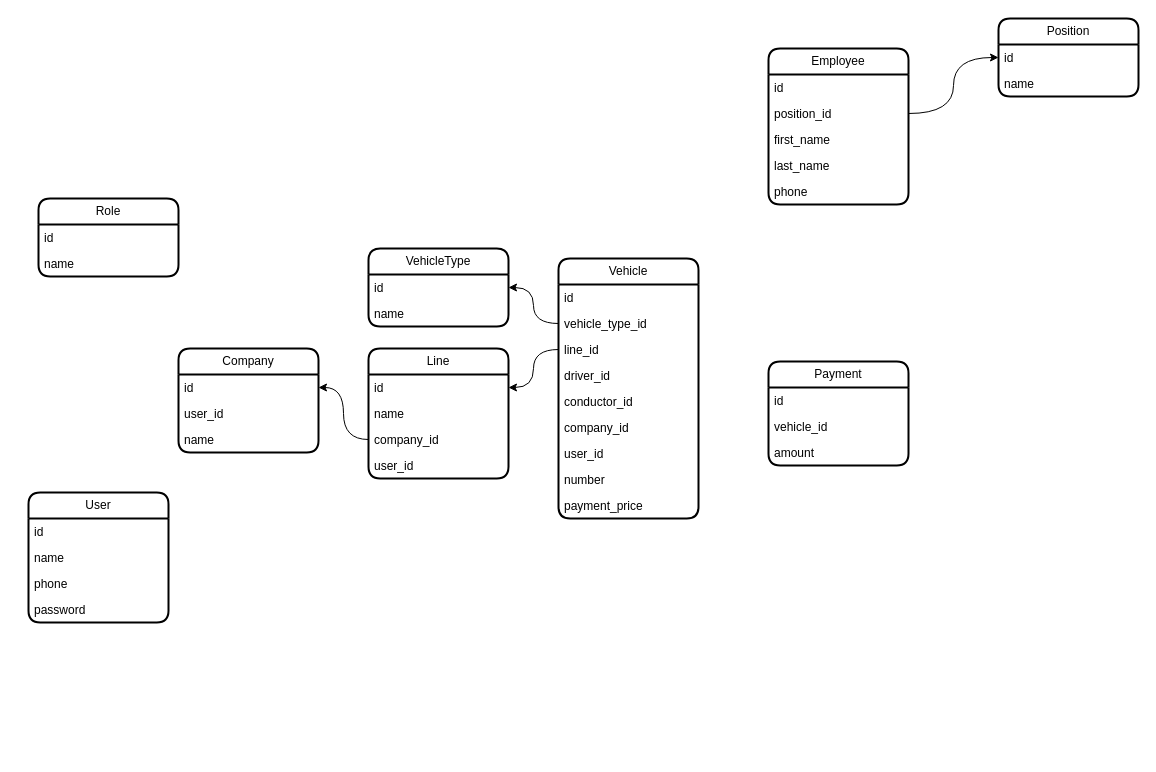
Above: karsoft-transport.drawio in iztileuoff/databases (draw.io), before the change. Source tidied: cells renumbered, new cells numbered last; positions are measured from the earlier drawing's top-left corner, leaving out a move shared by most shapes. Both pictures are drawn from the tidied source at 100%, with x=0, y=0 at pixel (28, 18).
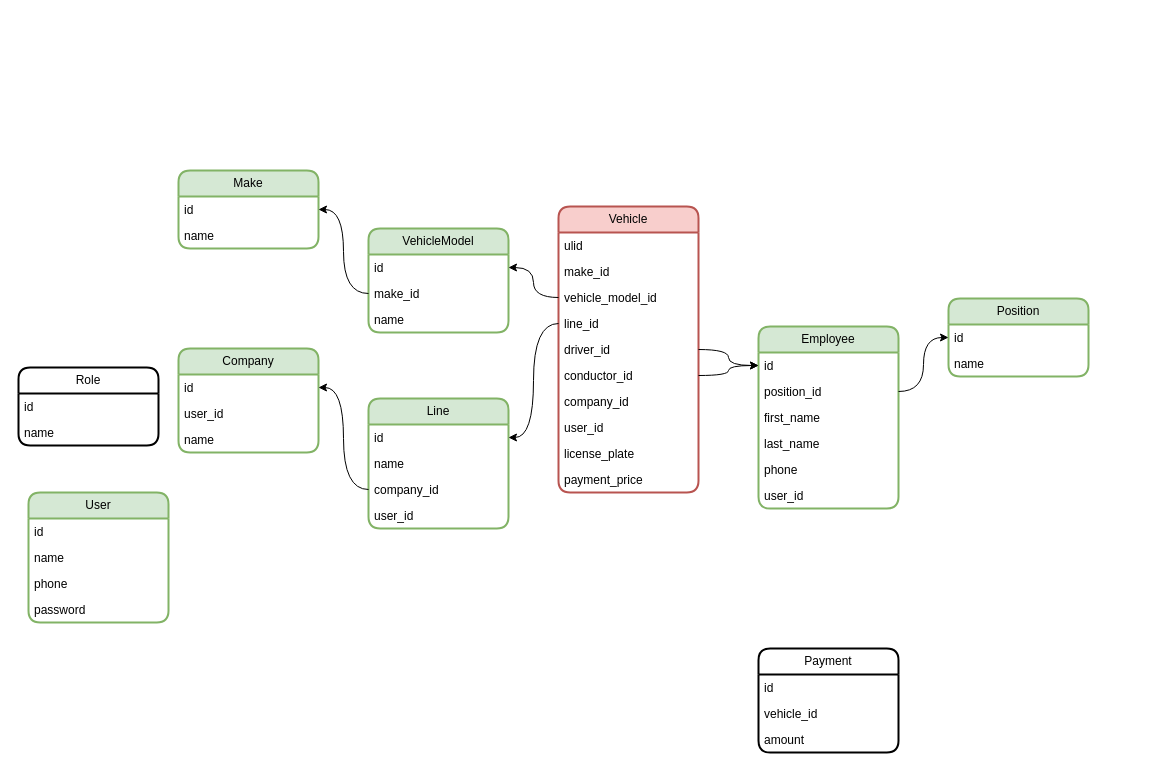
The same diagram, later.

Unchanged cells that the change refers to:
```xml
<mxCell id="36" value="id" style="text;strokeColor=none;fillColor=none;align=left;verticalAlign=top;spacingLeft=4;spacingRight=4;overflow=hidden;points=[[0,0.5],[1,0.5]];portConstraint=eastwest;whiteSpace=wrap;html=1;" parent="35" vertex="1">
  <mxGeometry y="26" width="140" height="26" as="geometry" />
</mxCell>
```

What changed in the source:
```diff
@@
-    <mxCell id="2" value="User" style="swimlane;fontStyle=0;horizontal=1;startSize=26;fillColor=none;whiteSpace=wrap;html=1;rounded=1;shadow=0;glass=0;strokeWidth=2;" parent="1" vertex="1">
+    <mxCell id="2" value="User" style="swimlane;fontStyle=0;horizontal=1;startSize=26;fillColor=#d5e8d4;whiteSpace=wrap;html=1;rounded=1;shadow=0;glass=0;strokeWidth=2;strokeColor=#82b366;" parent="1" vertex="1">
       <mxGeometry y="474" width="140" height="130" as="geometry" />
     </mxCell>
@@
     <mxCell id="7" value="Role" style="swimlane;fontStyle=0;horizontal=1;startSize=26;fillColor=none;whiteSpace=wrap;html=1;rounded=1;shadow=0;glass=0;strokeWidth=2;" parent="1" vertex="1">
-      <mxGeometry x="10" y="180" width="140" height="78" as="geometry" />
+      <mxGeometry x="-10" y="349" width="140" height="78" as="geometry" />
     </mxCell>
@@
-    <mxCell id="10" value="Vehicle" style="swimlane;fontStyle=0;horizontal=1;startSize=26;fillColor=none;whiteSpace=wrap;html=1;rounded=1;shadow=0;glass=0;strokeWidth=2;" parent="1" vertex="1">
-      <mxGeometry x="530" y="240" width="140" height="260" as="geometry" />
+    <mxCell id="10" value="Vehicle" style="swimlane;fontStyle=0;horizontal=1;startSize=26;fillColor=#f8cecc;whiteSpace=wrap;html=1;rounded=1;shadow=0;glass=0;strokeWidth=2;strokeColor=#b85450;" parent="1" vertex="1">
+      <mxGeometry x="530" y="188" width="140" height="286" as="geometry" />
     </mxCell>
-    <mxCell id="11" value="id" style="text;strokeColor=none;fillColor=none;align=left;verticalAlign=top;spacingLeft=4;spacingRight=4;overflow=hidden;whiteSpace=wrap;html=1;" parent="10" vertex="1">
+    <mxCell id="11" value="ulid" style="text;strokeColor=none;fillColor=none;align=left;verticalAlign=top;spacingLeft=4;spacingRight=4;overflow=hidden;whiteSpace=wrap;html=1;" parent="10" vertex="1">
       <mxGeometry y="26" width="140" height="26" as="geometry" />
     </mxCell>
+    <mxCell id="49" value="make_id" style="text;strokeColor=none;fillColor=none;align=left;verticalAlign=top;spacingLeft=4;spacingRight=4;overflow=hidden;whiteSpace=wrap;html=1;" parent="10" vertex="1">
+      <mxGeometry y="52" width="140" height="26" as="geometry" />
+    </mxCell>
-    <mxCell id="12" value="vehicle_type_id" style="text;strokeColor=none;fillColor=none;align=left;verticalAlign=top;spacingLeft=4;spacingRight=4;overflow=hidden;points=[[0,0.5],[1,0.5]];portConstraint=eastwest;whiteSpace=wrap;html=1;" parent="10" vertex="1">
-      <mxGeometry y="52" width="140" height="26" as="geometry" />
+    <mxCell id="12" value="vehicle_model_id" style="text;strokeColor=none;fillColor=none;align=left;verticalAlign=top;spacingLeft=4;spacingRight=4;overflow=hidden;points=[[0,0.5],[1,0.5]];portConstraint=eastwest;whiteSpace=wrap;html=1;" parent="10" vertex="1">
+      <mxGeometry y="78" width="140" height="26" as="geometry" />
     </mxCell>
     <mxCell id="13" value="line_id" style="text;strokeColor=none;fillColor=none;align=left;verticalAlign=top;spacingLeft=4;spacingRight=4;overflow=hidden;points=[[0,0.5],[1,0.5]];portConstraint=eastwest;whiteSpace=wrap;html=1;" parent="10" vertex="1">
-      <mxGeometry y="78" width="140" height="26" as="geometry" />
+      <mxGeometry y="104" width="140" height="26" as="geometry" />
     </mxCell>
     <mxCell id="14" value="driver_id" style="text;strokeColor=none;fillColor=none;align=left;verticalAlign=top;spacingLeft=4;spacingRight=4;overflow=hidden;points=[[0,0.5],[1,0.5]];portConstraint=eastwest;whiteSpace=wrap;html=1;" parent="10" vertex="1">
-      <mxGeometry y="104" width="140" height="26" as="geometry" />
+      <mxGeometry y="130" width="140" height="26" as="geometry" />
     </mxCell>
     <mxCell id="15" value="conductor_id" style="text;strokeColor=none;fillColor=none;align=left;verticalAlign=top;spacingLeft=4;spacingRight=4;overflow=hidden;points=[[0,0.5],[1,0.5]];portConstraint=eastwest;whiteSpace=wrap;html=1;" parent="10" vertex="1">
-      <mxGeometry y="130" width="140" height="26" as="geometry" />
+      <mxGeometry y="156" width="140" height="26" as="geometry" />
     </mxCell>
     <mxCell id="16" value="company_id" style="text;strokeColor=none;fillColor=none;align=left;verticalAlign=top;spacingLeft=4;spacingRight=4;overflow=hidden;whiteSpace=wrap;html=1;" parent="10" vertex="1">
-      <mxGeometry y="156" width="140" height="26" as="geometry" />
+      <mxGeometry y="182" width="140" height="26" as="geometry" />
     </mxCell>
     <mxCell id="17" value="user_id" style="text;strokeColor=none;fillColor=none;align=left;verticalAlign=top;spacingLeft=4;spacingRight=4;overflow=hidden;whiteSpace=wrap;html=1;" parent="10" vertex="1">
-      <mxGeometry y="182" width="140" height="26" as="geometry" />
+      <mxGeometry y="208" width="140" height="26" as="geometry" />
     </mxCell>
-    <mxCell id="18" value="number" style="text;strokeColor=none;fillColor=none;align=left;verticalAlign=top;spacingLeft=4;spacingRight=4;overflow=hidden;whiteSpace=wrap;html=1;" parent="10" vertex="1">
-      <mxGeometry y="208" width="140" height="26" as="geometry" />
+    <mxCell id="18" value="license_plate" style="text;strokeColor=none;fillColor=none;align=left;verticalAlign=top;spacingLeft=4;spacingRight=4;overflow=hidden;whiteSpace=wrap;html=1;" parent="10" vertex="1">
+      <mxGeometry y="234" width="140" height="26" as="geometry" />
     </mxCell>
     <mxCell id="19" value="payment_price" style="text;strokeColor=none;fillColor=none;align=left;verticalAlign=top;spacingLeft=4;spacingRight=4;overflow=hidden;whiteSpace=wrap;html=1;" parent="10" vertex="1">
-      <mxGeometry y="234" width="140" height="26" as="geometry" />
+      <mxGeometry y="260" width="140" height="26" as="geometry" />
     </mxCell>
     <mxCell id="20" value="Payment" style="swimlane;fontStyle=0;horizontal=1;startSize=26;fillColor=none;whiteSpace=wrap;html=1;rounded=1;shadow=0;glass=0;strokeWidth=2;" parent="1" vertex="1">
-      <mxGeometry x="740" y="343" width="140" height="104" as="geometry" />
+      <mxGeometry x="730" y="630" width="140" height="104" as="geometry" />
     </mxCell>
@@
-    <mxCell id="24" value="Company" style="swimlane;fontStyle=0;horizontal=1;startSize=26;fillColor=none;whiteSpace=wrap;html=1;rounded=1;shadow=0;glass=0;strokeWidth=2;" parent="1" vertex="1">
+    <mxCell id="24" value="Company" style="swimlane;fontStyle=0;horizontal=1;startSize=26;fillColor=#d5e8d4;whiteSpace=wrap;html=1;rounded=1;shadow=0;glass=0;strokeWidth=2;strokeColor=#82b366;" parent="1" vertex="1">
       <mxGeometry x="150" y="330" width="140" height="104" as="geometry" />
     </mxCell>
@@
-    <mxCell id="28" value="VehicleType" style="swimlane;fontStyle=0;horizontal=1;startSize=26;fillColor=none;whiteSpace=wrap;html=1;rounded=1;shadow=0;glass=0;strokeWidth=2;" parent="1" vertex="1">
-      <mxGeometry x="340" y="230" width="140" height="78" as="geometry" />
+    <mxCell id="28" value="VehicleModel" style="swimlane;fontStyle=0;horizontal=1;startSize=26;fillColor=#d5e8d4;whiteSpace=wrap;html=1;rounded=1;shadow=0;glass=0;strokeWidth=2;strokeColor=#82b366;" parent="1" vertex="1">
+      <mxGeometry x="340" y="210" width="140" height="104" as="geometry" />
     </mxCell>
@@
+    <mxCell id="50" value="make_id" style="text;strokeColor=none;fillColor=none;align=left;verticalAlign=top;spacingLeft=4;spacingRight=4;overflow=hidden;points=[[0,0.5],[1,0.5]];portConstraint=eastwest;whiteSpace=wrap;html=1;" parent="28" vertex="1">
+      <mxGeometry y="52" width="140" height="26" as="geometry" />
+    </mxCell>
     <mxCell id="30" value="name" style="text;strokeColor=none;fillColor=none;align=left;verticalAlign=top;spacingLeft=4;spacingRight=4;overflow=hidden;whiteSpace=wrap;html=1;" parent="28" vertex="1">
-      <mxGeometry y="52" width="140" height="26" as="geometry" />
+      <mxGeometry y="78" width="140" height="26" as="geometry" />
     </mxCell>
@@
-    <mxCell id="32" value="Position" style="swimlane;fontStyle=0;horizontal=1;startSize=26;fillColor=none;whiteSpace=wrap;html=1;rounded=1;shadow=0;glass=0;strokeWidth=2;" parent="1" vertex="1">
-      <mxGeometry x="970" width="140" height="78" as="geometry" />
+    <mxCell id="32" value="Position" style="swimlane;fontStyle=0;horizontal=1;startSize=26;fillColor=#d5e8d4;whiteSpace=wrap;html=1;rounded=1;shadow=0;glass=0;strokeWidth=2;strokeColor=#82b366;" parent="1" vertex="1">
+      <mxGeometry x="920" y="280" width="140" height="78" as="geometry" />
     </mxCell>
@@
-    <mxCell id="35" value="Employee" style="swimlane;fontStyle=0;horizontal=1;startSize=26;fillColor=none;whiteSpace=wrap;html=1;rounded=1;shadow=0;glass=0;strokeWidth=2;" parent="1" vertex="1">
-      <mxGeometry x="740" y="30" width="140" height="156" as="geometry" />
+    <mxCell id="35" value="Employee" style="swimlane;fontStyle=0;horizontal=1;startSize=26;fillColor=#d5e8d4;whiteSpace=wrap;html=1;rounded=1;shadow=0;glass=0;strokeWidth=2;strokeColor=#82b366;" parent="1" vertex="1">
+      <mxGeometry x="730" y="308" width="140" height="182" as="geometry" />
     </mxCell>
@@
+    <mxCell id="51" value="user_id" style="text;strokeColor=none;fillColor=none;align=left;verticalAlign=top;spacingLeft=4;spacingRight=4;overflow=hidden;whiteSpace=wrap;html=1;" parent="35" vertex="1">
+      <mxGeometry y="156" width="140" height="26" as="geometry" />
+    </mxCell>
-    <mxCell id="41" value="Line" style="swimlane;fontStyle=0;horizontal=1;startSize=26;fillColor=none;whiteSpace=wrap;html=1;rounded=1;shadow=0;glass=0;strokeWidth=2;" parent="1" vertex="1">
-      <mxGeometry x="340" y="330" width="140" height="130" as="geometry" />
+    <mxCell id="41" value="Line" style="swimlane;fontStyle=0;horizontal=1;startSize=26;fillColor=#d5e8d4;whiteSpace=wrap;html=1;rounded=1;shadow=0;glass=0;strokeWidth=2;strokeColor=#82b366;" parent="1" vertex="1">
+      <mxGeometry x="340" y="380" width="140" height="130" as="geometry" />
     </mxCell>
@@
+    <mxCell id="52" style="edgeStyle=orthogonalEdgeStyle;rounded=0;jettySize=auto;html=1;entryX=0;entryY=0.5;entryDx=0;entryDy=0;curved=1;" parent="1" edge="1" source="14" target="36">
+      <mxGeometry relative="1" as="geometry" />
+    </mxCell>
+    <mxCell id="53" style="edgeStyle=orthogonalEdgeStyle;rounded=0;jettySize=auto;html=1;entryX=0;entryY=0.5;entryDx=0;entryDy=0;curved=1;" parent="1" edge="1" source="15" target="36">
+      <mxGeometry relative="1" as="geometry" />
+    </mxCell>
+    <mxCell id="54" value="Make" style="swimlane;fontStyle=0;horizontal=1;startSize=26;fillColor=#d5e8d4;whiteSpace=wrap;html=1;rounded=1;shadow=0;glass=0;strokeWidth=2;strokeColor=#82b366;" parent="1" vertex="1">
+      <mxGeometry x="150" y="152" width="140" height="78" as="geometry" />
+    </mxCell>
+    <mxCell id="55" value="id" style="text;strokeColor=none;fillColor=none;align=left;verticalAlign=top;spacingLeft=4;spacingRight=4;overflow=hidden;points=[[0,0.5],[1,0.5]];portConstraint=eastwest;whiteSpace=wrap;html=1;" parent="54" vertex="1">
+      <mxGeometry y="26" width="140" height="26" as="geometry" />
+    </mxCell>
+    <mxCell id="56" value="name" style="text;strokeColor=none;fillColor=none;align=left;verticalAlign=top;spacingLeft=4;spacingRight=4;overflow=hidden;whiteSpace=wrap;html=1;" parent="54" vertex="1">
+      <mxGeometry y="52" width="140" height="26" as="geometry" />
+    </mxCell>
+    <mxCell id="57" style="edgeStyle=orthogonalEdgeStyle;rounded=0;jettySize=auto;html=1;entryX=1;entryY=0.5;entryDx=0;entryDy=0;curved=1;" parent="1" edge="1" source="50" target="55">
+      <mxGeometry relative="1" as="geometry" />
+    </mxCell>
```
